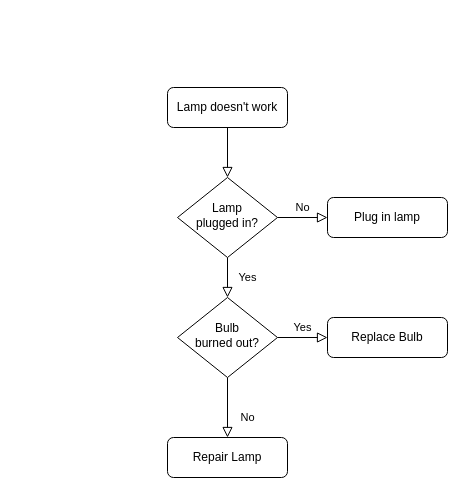
Go-UKK/Flowcart keeps this draw.io diagram as Login.drawio. Above is the earlier version. Source tidied: cells renumbered, new cells numbered last; positions are measured from the earlier drawing's top-left corner, leaving out a move shared by most shapes. Both pictures are drawn from the tidied source at 100%, with x=0, y=0 at pixel (167, 87).
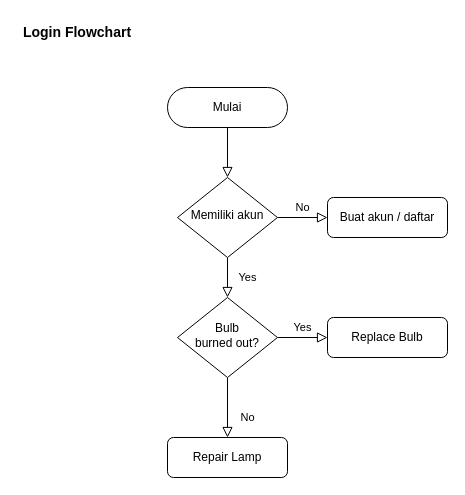
After the change.

The edit, as a diff of the source:
```diff
@@
 <mxGraphModel>
   <root>
     <mxCell id="0" />
     <mxCell id="1" parent="0" />
     <mxCell id="2" style="rounded=0;html=1;jettySize=auto;fontSize=11;endArrow=block;endFill=0;endSize=8;strokeWidth=1;shadow=0;labelBackgroundColor=none;edgeStyle=orthogonalEdgeStyle;" parent="1" edge="1" source="3" target="6">
       <mxGeometry relative="1" as="geometry" />
     </mxCell>
-    <mxCell id="3" value="Lamp doesn't work" style="rounded=1;whiteSpace=wrap;html=1;fontSize=12;glass=0;strokeWidth=1;shadow=0;" parent="1" vertex="1">
+    <mxCell id="3" value="Mulai" style="rounded=1;whiteSpace=wrap;html=1;fontSize=12;glass=0;strokeWidth=1;shadow=0;arcSize=50;" parent="1" vertex="1">
       <mxGeometry width="120" height="40" as="geometry" />
     </mxCell>
     <mxCell id="4" value="Yes" style="rounded=0;html=1;jettySize=auto;fontSize=11;endArrow=block;endFill=0;endSize=8;strokeWidth=1;shadow=0;labelBackgroundColor=none;edgeStyle=orthogonalEdgeStyle;" parent="1" edge="1" source="6" target="10">
       <mxGeometry y="20" relative="1" as="geometry" />
     </mxCell>
     <mxCell id="5" value="No" style="edgeStyle=orthogonalEdgeStyle;rounded=0;html=1;jettySize=auto;fontSize=11;endArrow=block;endFill=0;endSize=8;strokeWidth=1;shadow=0;labelBackgroundColor=none;" parent="1" edge="1" source="6" target="7">
       <mxGeometry y="10" relative="1" as="geometry" />
     </mxCell>
-    <mxCell id="6" value="Lamp&lt;br&gt;plugged in?" style="rhombus;whiteSpace=wrap;html=1;shadow=0;fontFamily=Helvetica;fontSize=12;align=center;strokeWidth=1;spacing=6;spacingTop=-4;" parent="1" vertex="1">
+    <mxCell id="6" value="Memiliki akun" style="rhombus;whiteSpace=wrap;html=1;shadow=0;fontFamily=Helvetica;fontSize=12;align=center;strokeWidth=1;spacing=6;spacingTop=-4;" parent="1" vertex="1">
       <mxGeometry x="10" y="90" width="100" height="80" as="geometry" />
     </mxCell>
-    <mxCell id="7" value="Plug in lamp" style="rounded=1;whiteSpace=wrap;html=1;fontSize=12;glass=0;strokeWidth=1;shadow=0;" parent="1" vertex="1">
+    <mxCell id="7" value="Buat akun / daftar" style="rounded=1;whiteSpace=wrap;html=1;fontSize=12;glass=0;strokeWidth=1;shadow=0;" parent="1" vertex="1">
       <mxGeometry x="160" y="110" width="120" height="40" as="geometry" />
     </mxCell>
     <mxCell id="8" value="No" style="rounded=0;html=1;jettySize=auto;fontSize=11;endArrow=block;endFill=0;endSize=8;strokeWidth=1;shadow=0;labelBackgroundColor=none;edgeStyle=orthogonalEdgeStyle;" parent="1" edge="1" source="10" target="11">
       <mxGeometry x="0.33" y="20" relative="1" as="geometry" />
     </mxCell>
     <mxCell id="9" value="Yes" style="edgeStyle=orthogonalEdgeStyle;rounded=0;html=1;jettySize=auto;fontSize=11;endArrow=block;endFill=0;endSize=8;strokeWidth=1;shadow=0;labelBackgroundColor=none;" parent="1" edge="1" source="10" target="12">
       <mxGeometry y="10" relative="1" as="geometry" />
     </mxCell>
     <mxCell id="10" value="Bulb&lt;br&gt;burned out?" style="rhombus;whiteSpace=wrap;html=1;shadow=0;fontFamily=Helvetica;fontSize=12;align=center;strokeWidth=1;spacing=6;spacingTop=-4;" parent="1" vertex="1">
       <mxGeometry x="10" y="210" width="100" height="80" as="geometry" />
     </mxCell>
     <mxCell id="11" value="Repair Lamp" style="rounded=1;whiteSpace=wrap;html=1;fontSize=12;glass=0;strokeWidth=1;shadow=0;" parent="1" vertex="1">
       <mxGeometry y="350" width="120" height="40" as="geometry" />
     </mxCell>
     <mxCell id="12" value="Replace Bulb" style="rounded=1;whiteSpace=wrap;html=1;fontSize=12;glass=0;strokeWidth=1;shadow=0;" parent="1" vertex="1">
       <mxGeometry x="160" y="230" width="120" height="40" as="geometry" />
     </mxCell>
+    <mxCell id="13" value="&lt;font style=&quot;font-size: 14px;&quot;&gt;&lt;b&gt;Login Flowchart&lt;/b&gt;&lt;/font&gt;" style="text;html=1;strokeColor=none;fillColor=none;align=center;verticalAlign=middle;whiteSpace=wrap;rounded=0;" parent="1" vertex="1">
+      <mxGeometry x="-150" y="-70" width="120" height="30" as="geometry" />
+    </mxCell>
   </root>
 </mxGraphModel>
```
